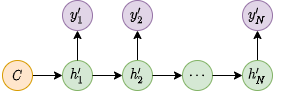
hxca/imgrepo keeps this draw.io diagram as imgs/nlp-seq2seq-10.png. Above is the earlier version. Source tidied: cells renumbered, new cells last; positions are measured from the earlier drawing's top-left corner, leaving out a move shared by most shapes.
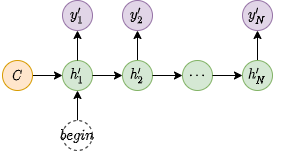
The same file after the commit.

What changed in the source:
```diff
@@ -47,5 +47,11 @@
     <mxCell id="16" style="edgeStyle=orthogonalEdgeStyle;rounded=0;jettySize=auto;html=1;entryX=0;entryY=0.5;entryDx=0;entryDy=0;fontSize=16;" parent="1" edge="1" source="12" target="15">
       <mxGeometry relative="1" as="geometry" />
     </mxCell>
+    <mxCell id="17" style="edgeStyle=orthogonalEdgeStyle;rounded=0;sketch=0;jettySize=auto;html=1;exitX=0.5;exitY=0;exitDx=0;exitDy=0;entryX=0.5;entryY=1;entryDx=0;entryDy=0;" parent="1" edge="1" source="18" target="2">
+      <mxGeometry relative="1" as="geometry" />
+    </mxCell>
+    <mxCell id="18" value="$$begin$$" style="ellipse;whiteSpace=wrap;html=1;dashed=1;" parent="1" vertex="1">
+      <mxGeometry x="60" y="120" width="30" height="30" as="geometry" />
+    </mxCell>
   </root>
 </mxGraphModel>
```
